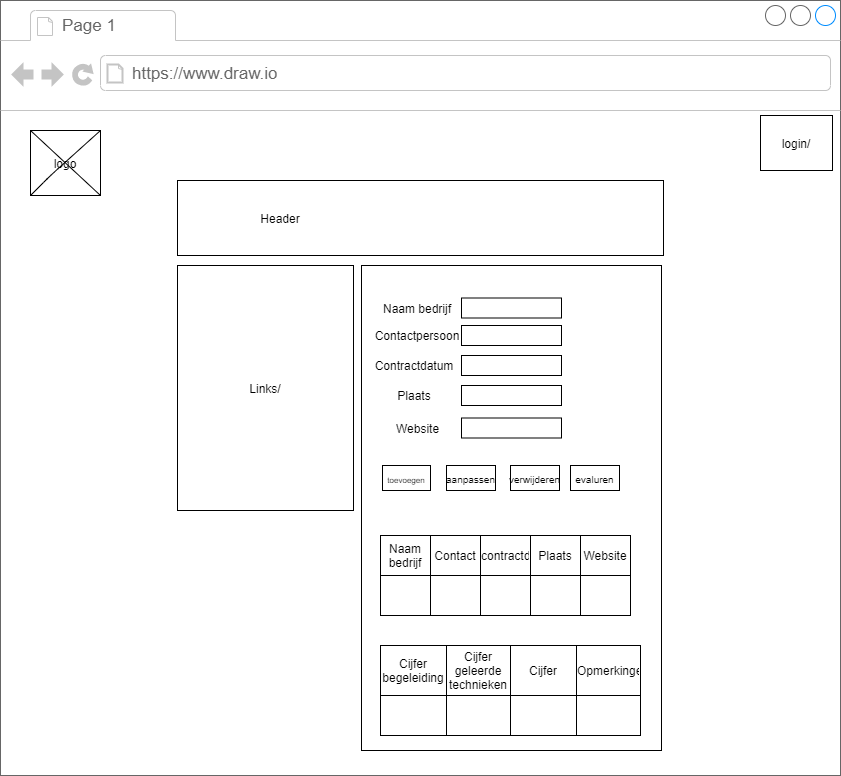
This is Documents/Images_IPP/studenten_homepagina.png from michligtenberg/beroeps-stagewebsite, a draw.io export, as it was before one commit. Source tidied: cells renumbered, new cells last; positions are measured from the earlier drawing's top-left corner, leaving out a move shared by most shapes. The source it was exported from:
```xml
<mxGraphModel>
  <root>
    <mxCell id="0" />
    <mxCell id="1" parent="0" />
    <mxCell id="2" style="strokeWidth=1;shadow=0;dashed=0;align=center;html=1;shape=mxgraph.mockup.containers.browserWindow;rSize=0;strokeColor=#666666;strokeColor2=#008cff;strokeColor3=#c4c4c4;mainText=,;" parent="1" vertex="1">
      <mxGeometry width="840" height="775" as="geometry" />
    </mxCell>
    <mxCell id="3" value="Page 1" style="strokeWidth=1;shadow=0;dashed=0;align=center;html=1;shape=mxgraph.mockup.containers.anchor;fontSize=17;fontColor=#666666;align=left;" parent="2" vertex="1">
      <mxGeometry x="60" y="12" width="110" height="26" as="geometry" />
    </mxCell>
    <mxCell id="4" value="https://www.draw.io" style="strokeWidth=1;shadow=0;dashed=0;align=center;html=1;shape=mxgraph.mockup.containers.anchor;rSize=0;fontSize=17;fontColor=#666666;align=left;" parent="2" vertex="1">
      <mxGeometry x="130" y="60" width="250" height="26" as="geometry" />
    </mxCell>
    <mxCell id="5" style="rounded=0;whiteSpace=wrap;html=1;" parent="2" vertex="1">
      <mxGeometry x="177" y="180" width="486" height="75" as="geometry" />
    </mxCell>
    <mxCell id="6" value="Links/" style="rounded=0;whiteSpace=wrap;html=1;" parent="2" vertex="1">
      <mxGeometry x="177" y="265" width="176" height="245" as="geometry" />
    </mxCell>
    <mxCell id="7" style="rounded=0;whiteSpace=wrap;html=1;" parent="2" vertex="1">
      <mxGeometry x="361" y="265" width="300" height="485" as="geometry" />
    </mxCell>
    <mxCell id="8" value="login/" style="rounded=0;whiteSpace=wrap;html=1;" parent="2" vertex="1">
      <mxGeometry x="760" y="115" width="72" height="55" as="geometry" />
    </mxCell>
    <mxCell id="9" value="logo" style="rounded=0;whiteSpace=wrap;html=1;" parent="2" vertex="1">
      <mxGeometry x="30" y="130" width="70" height="65" as="geometry" />
    </mxCell>
    <mxCell id="10" style="endArrow=none;html=1;exitX=0;exitY=1;exitDx=0;exitDy=0;entryX=1;entryY=0;entryDx=0;entryDy=0;" parent="2" edge="1" source="9" target="9">
      <mxGeometry relative="1" as="geometry">
        <Array as="points">
          <mxPoint x="50" y="175" />
        </Array>
      </mxGeometry>
    </mxCell>
    <mxCell id="11" style="endArrow=none;html=1;entryX=1;entryY=1;entryDx=0;entryDy=0;exitX=0;exitY=0;exitDx=0;exitDy=0;" parent="2" edge="1" source="9" target="9">
      <mxGeometry relative="1" as="geometry" />
    </mxCell>
    <mxCell id="12" value="Header" style="text;html=1;strokeColor=none;fillColor=none;align=center;verticalAlign=middle;whiteSpace=wrap;rounded=0;" parent="2" vertex="1">
      <mxGeometry x="260" y="208" width="40" height="20" as="geometry" />
    </mxCell>
    <mxCell id="13" style="rounded=0;whiteSpace=wrap;html=1;strokeColor=#000000;" parent="2" vertex="1">
      <mxGeometry x="461" y="297.5" width="100" height="20" as="geometry" />
    </mxCell>
    <mxCell id="14" value="Naam bedrijf" style="text;html=1;strokeColor=none;fillColor=none;align=center;verticalAlign=middle;whiteSpace=wrap;rounded=0;" parent="2" vertex="1">
      <mxGeometry x="380" y="297.5" width="74" height="20" as="geometry" />
    </mxCell>
    <mxCell id="15" style="rounded=0;whiteSpace=wrap;html=1;strokeColor=#000000;" parent="2" vertex="1">
      <mxGeometry x="461" y="325" width="100" height="20" as="geometry" />
    </mxCell>
    <mxCell id="16" style="rounded=0;whiteSpace=wrap;html=1;strokeColor=#000000;" parent="2" vertex="1">
      <mxGeometry x="461" y="355" width="100" height="20" as="geometry" />
    </mxCell>
    <mxCell id="17" style="rounded=0;whiteSpace=wrap;html=1;strokeColor=#000000;" parent="2" vertex="1">
      <mxGeometry x="461" y="385" width="100" height="20" as="geometry" />
    </mxCell>
    <mxCell id="18" value="Contactpersoon" style="text;html=1;strokeColor=none;fillColor=none;align=center;verticalAlign=middle;whiteSpace=wrap;rounded=0;" parent="2" vertex="1">
      <mxGeometry x="385" y="325" width="64" height="20" as="geometry" />
    </mxCell>
    <mxCell id="19" value="Contractdatum" style="text;html=1;strokeColor=none;fillColor=none;align=center;verticalAlign=middle;whiteSpace=wrap;rounded=0;" parent="2" vertex="1">
      <mxGeometry x="382" y="355" width="64" height="20" as="geometry" />
    </mxCell>
    <mxCell id="20" value="Plaats" style="text;html=1;strokeColor=none;fillColor=none;align=center;verticalAlign=middle;whiteSpace=wrap;rounded=0;" parent="2" vertex="1">
      <mxGeometry x="394" y="385" width="40" height="20" as="geometry" />
    </mxCell>
    <mxCell id="21" value="Website" style="text;html=1;strokeColor=none;fillColor=none;align=center;verticalAlign=middle;whiteSpace=wrap;rounded=0;" parent="2" vertex="1">
      <mxGeometry x="364.5" y="415" width="105" height="25" as="geometry" />
    </mxCell>
    <mxCell id="22" style="rounded=0;whiteSpace=wrap;html=1;strokeColor=#000000;" parent="2" vertex="1">
      <mxGeometry x="461" y="417.5" width="100" height="20" as="geometry" />
    </mxCell>
    <mxCell id="23" value="&lt;font style=&quot;font-size: 8px&quot;&gt;toevoegen&lt;/font&gt;" style="rounded=0;whiteSpace=wrap;html=1;strokeColor=#000000;" parent="2" vertex="1">
      <mxGeometry x="382" y="465" width="48" height="25" as="geometry" />
    </mxCell>
    <mxCell id="24" value="&lt;font size=&quot;1&quot;&gt;aanpassen&lt;/font&gt;" style="rounded=0;whiteSpace=wrap;html=1;strokeColor=#000000;" parent="2" vertex="1">
      <mxGeometry x="446" y="465" width="49" height="25" as="geometry" />
    </mxCell>
    <mxCell id="25" value="&lt;font size=&quot;1&quot;&gt;verwijderen&lt;/font&gt;" style="rounded=0;whiteSpace=wrap;html=1;strokeColor=#000000;" parent="2" vertex="1">
      <mxGeometry x="510" y="465" width="49" height="25" as="geometry" />
    </mxCell>
    <mxCell id="26" value="&lt;font size=&quot;1&quot;&gt;evaluren&lt;/font&gt;" style="rounded=0;whiteSpace=wrap;html=1;strokeColor=#000000;" parent="2" vertex="1">
      <mxGeometry x="570" y="465" width="49" height="25" as="geometry" />
    </mxCell>
    <mxCell id="27" style="shape=table;html=1;whiteSpace=wrap;startSize=0;" parent="2" vertex="1">
      <mxGeometry x="380" y="535" width="250" height="80" as="geometry" />
    </mxCell>
    <mxCell id="28" style="shape=partialRectangle;html=1;whiteSpace=wrap;fillColor=none;top=0;left=0;bottom=0;right=0;" parent="27" vertex="1">
      <mxGeometry width="250" height="40" as="geometry" />
    </mxCell>
    <mxCell id="29" value="Naam bedrijf" style="shape=partialRectangle;html=1;whiteSpace=wrap;overflow=hidden;fillColor=none;top=0;left=0;bottom=0;right=0;" parent="28" vertex="1">
      <mxGeometry width="50" height="40" as="geometry" />
    </mxCell>
    <mxCell id="30" value="Contact" style="shape=partialRectangle;html=1;whiteSpace=wrap;overflow=hidden;fillColor=none;top=0;left=0;bottom=0;right=0;" parent="28" vertex="1">
      <mxGeometry x="50" width="50" height="40" as="geometry" />
    </mxCell>
    <mxCell id="31" value="contractdatum" style="shape=partialRectangle;html=1;whiteSpace=wrap;overflow=hidden;fillColor=none;top=0;left=0;bottom=0;right=0;" parent="28" vertex="1">
      <mxGeometry x="100" width="50" height="40" as="geometry" />
    </mxCell>
    <mxCell id="32" value="Plaats" style="shape=partialRectangle;html=1;whiteSpace=wrap;overflow=hidden;fillColor=none;top=0;left=0;bottom=0;right=0;" parent="28" vertex="1">
      <mxGeometry x="150" width="50" height="40" as="geometry" />
    </mxCell>
    <mxCell id="33" value="Website" style="shape=partialRectangle;html=1;whiteSpace=wrap;overflow=hidden;fillColor=none;top=0;left=0;bottom=0;right=0;" parent="28" vertex="1">
      <mxGeometry x="200" width="50" height="40" as="geometry" />
    </mxCell>
    <mxCell id="34" style="shape=partialRectangle;html=1;whiteSpace=wrap;fillColor=none;top=0;left=0;bottom=0;right=0;" parent="27" vertex="1">
      <mxGeometry y="40" width="250" height="40" as="geometry" />
    </mxCell>
    <mxCell id="35" style="shape=partialRectangle;html=1;whiteSpace=wrap;overflow=hidden;fillColor=none;top=0;left=0;bottom=0;right=0;" parent="34" vertex="1">
      <mxGeometry width="50" height="40" as="geometry" />
    </mxCell>
    <mxCell id="36" style="shape=partialRectangle;html=1;whiteSpace=wrap;overflow=hidden;fillColor=none;top=0;left=0;bottom=0;right=0;" parent="34" vertex="1">
      <mxGeometry x="50" width="50" height="40" as="geometry" />
    </mxCell>
    <mxCell id="37" style="shape=partialRectangle;html=1;whiteSpace=wrap;overflow=hidden;fillColor=none;top=0;left=0;bottom=0;right=0;" parent="34" vertex="1">
      <mxGeometry x="100" width="50" height="40" as="geometry" />
    </mxCell>
    <mxCell id="38" style="shape=partialRectangle;html=1;whiteSpace=wrap;overflow=hidden;fillColor=none;top=0;left=0;bottom=0;right=0;" parent="34" vertex="1">
      <mxGeometry x="150" width="50" height="40" as="geometry" />
    </mxCell>
    <mxCell id="39" style="shape=partialRectangle;html=1;whiteSpace=wrap;overflow=hidden;fillColor=none;top=0;left=0;bottom=0;right=0;" parent="34" vertex="1">
      <mxGeometry x="200" width="50" height="40" as="geometry" />
    </mxCell>
    <mxCell id="40" style="shape=table;html=1;whiteSpace=wrap;startSize=0;" parent="2" vertex="1">
      <mxGeometry x="380" y="645" width="260" height="90" as="geometry" />
    </mxCell>
    <mxCell id="41" style="shape=partialRectangle;html=1;whiteSpace=wrap;fillColor=none;top=0;left=0;bottom=0;right=0;" parent="40" vertex="1">
      <mxGeometry width="260" height="50" as="geometry" />
    </mxCell>
    <mxCell id="42" value="Cijfer begeleiding" style="shape=partialRectangle;html=1;whiteSpace=wrap;overflow=hidden;fillColor=none;top=0;left=0;bottom=0;right=0;" parent="41" vertex="1">
      <mxGeometry width="66" height="50" as="geometry" />
    </mxCell>
    <mxCell id="43" value="Cijfer geleerde technieken" style="shape=partialRectangle;html=1;whiteSpace=wrap;overflow=hidden;fillColor=none;top=0;left=0;bottom=0;right=0;" parent="41" vertex="1">
      <mxGeometry x="66" width="64" height="50" as="geometry" />
    </mxCell>
    <mxCell id="44" value="Cijfer" style="shape=partialRectangle;html=1;whiteSpace=wrap;overflow=hidden;fillColor=none;top=0;left=0;bottom=0;right=0;" parent="41" vertex="1">
      <mxGeometry x="130" width="66" height="50" as="geometry" />
    </mxCell>
    <mxCell id="45" value="Opmerkingen" style="shape=partialRectangle;html=1;whiteSpace=wrap;overflow=hidden;fillColor=none;top=0;left=0;bottom=0;right=0;" parent="41" vertex="1">
      <mxGeometry x="196" width="64" height="50" as="geometry" />
    </mxCell>
    <mxCell id="46" style="shape=partialRectangle;html=1;whiteSpace=wrap;fillColor=none;top=0;left=0;bottom=0;right=0;" parent="40" vertex="1">
      <mxGeometry y="50" width="260" height="40" as="geometry" />
    </mxCell>
    <mxCell id="47" style="shape=partialRectangle;html=1;whiteSpace=wrap;overflow=hidden;fillColor=none;top=0;left=0;bottom=0;right=0;" parent="46" vertex="1">
      <mxGeometry width="66" height="40" as="geometry" />
    </mxCell>
    <mxCell id="48" style="shape=partialRectangle;html=1;whiteSpace=wrap;overflow=hidden;fillColor=none;top=0;left=0;bottom=0;right=0;" parent="46" vertex="1">
      <mxGeometry x="66" width="64" height="40" as="geometry" />
    </mxCell>
    <mxCell id="49" style="shape=partialRectangle;html=1;whiteSpace=wrap;overflow=hidden;fillColor=none;top=0;left=0;bottom=0;right=0;" parent="46" vertex="1">
      <mxGeometry x="130" width="66" height="40" as="geometry" />
    </mxCell>
    <mxCell id="50" style="shape=partialRectangle;html=1;whiteSpace=wrap;overflow=hidden;fillColor=none;top=0;left=0;bottom=0;right=0;" parent="46" vertex="1">
      <mxGeometry x="196" width="64" height="40" as="geometry" />
    </mxCell>
  </root>
</mxGraphModel>
```
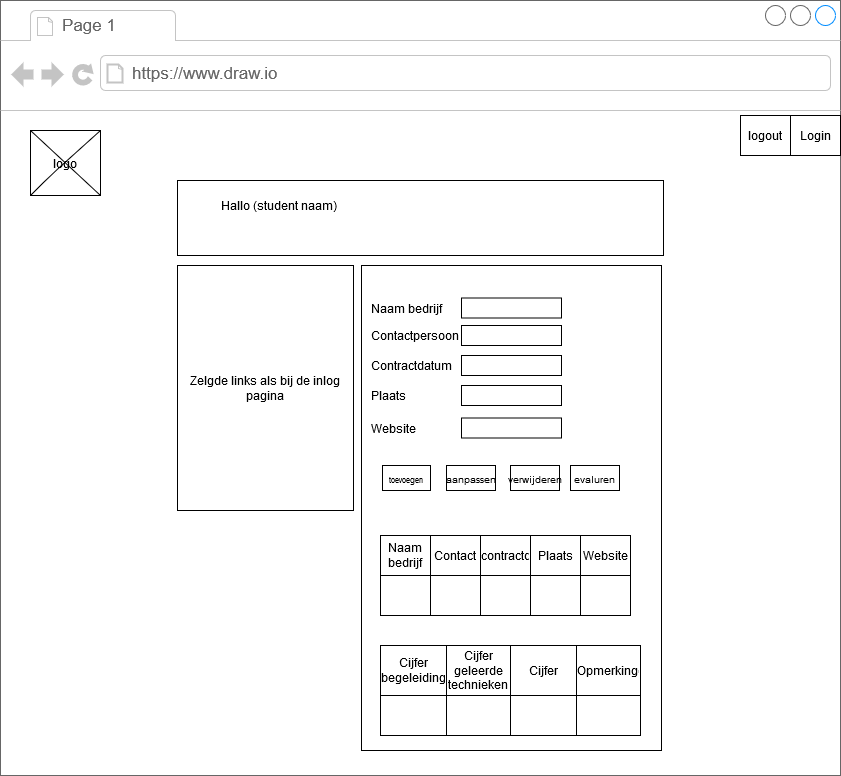
Above is the later version.

What changed in the source:
```diff
@@ -14,15 +14,12 @@
     <mxCell id="5" style="rounded=0;whiteSpace=wrap;html=1;" parent="2" vertex="1">
       <mxGeometry x="177" y="180" width="486" height="75" as="geometry" />
     </mxCell>
-    <mxCell id="6" value="Links/" style="rounded=0;whiteSpace=wrap;html=1;" parent="2" vertex="1">
+    <mxCell id="6" value="Zelgde links als bij de inlog pagina" style="rounded=0;whiteSpace=wrap;html=1;" parent="2" vertex="1">
       <mxGeometry x="177" y="265" width="176" height="245" as="geometry" />
     </mxCell>
     <mxCell id="7" style="rounded=0;whiteSpace=wrap;html=1;" parent="2" vertex="1">
       <mxGeometry x="361" y="265" width="300" height="485" as="geometry" />
     </mxCell>
-    <mxCell id="8" value="login/" style="rounded=0;whiteSpace=wrap;html=1;" parent="2" vertex="1">
-      <mxGeometry x="760" y="115" width="72" height="55" as="geometry" />
-    </mxCell>
     <mxCell id="9" value="logo" style="rounded=0;whiteSpace=wrap;html=1;" parent="2" vertex="1">
       <mxGeometry x="30" y="130" width="70" height="65" as="geometry" />
     </mxCell>
@@ -36,14 +33,14 @@
     <mxCell id="11" style="endArrow=none;html=1;entryX=1;entryY=1;entryDx=0;entryDy=0;exitX=0;exitY=0;exitDx=0;exitDy=0;" parent="2" edge="1" source="9" target="9">
       <mxGeometry relative="1" as="geometry" />
     </mxCell>
-    <mxCell id="12" value="Header" style="text;html=1;strokeColor=none;fillColor=none;align=center;verticalAlign=middle;whiteSpace=wrap;rounded=0;" parent="2" vertex="1">
-      <mxGeometry x="260" y="208" width="40" height="20" as="geometry" />
+    <mxCell id="12" value="Hallo (student naam) " style="text;html=1;strokeColor=none;fillColor=none;align=center;verticalAlign=middle;whiteSpace=wrap;rounded=0;" parent="2" vertex="1">
+      <mxGeometry x="177" y="195" width="203" height="20" as="geometry" />
     </mxCell>
     <mxCell id="13" style="rounded=0;whiteSpace=wrap;html=1;strokeColor=#000000;" parent="2" vertex="1">
       <mxGeometry x="461" y="297.5" width="100" height="20" as="geometry" />
     </mxCell>
-    <mxCell id="14" value="Naam bedrijf" style="text;html=1;strokeColor=none;fillColor=none;align=center;verticalAlign=middle;whiteSpace=wrap;rounded=0;" parent="2" vertex="1">
-      <mxGeometry x="380" y="297.5" width="74" height="20" as="geometry" />
+    <mxCell id="14" value="Naam bedrijf" style="text;html=1;strokeColor=none;fillColor=none;align=left;verticalAlign=middle;whiteSpace=wrap;rounded=0;" parent="2" vertex="1">
+      <mxGeometry x="369" y="297.5" width="74" height="20" as="geometry" />
     </mxCell>
     <mxCell id="15" style="rounded=0;whiteSpace=wrap;html=1;strokeColor=#000000;" parent="2" vertex="1">
       <mxGeometry x="461" y="325" width="100" height="20" as="geometry" />
@@ -54,17 +51,17 @@
     <mxCell id="17" style="rounded=0;whiteSpace=wrap;html=1;strokeColor=#000000;" parent="2" vertex="1">
       <mxGeometry x="461" y="385" width="100" height="20" as="geometry" />
     </mxCell>
-    <mxCell id="18" value="Contactpersoon" style="text;html=1;strokeColor=none;fillColor=none;align=center;verticalAlign=middle;whiteSpace=wrap;rounded=0;" parent="2" vertex="1">
-      <mxGeometry x="385" y="325" width="64" height="20" as="geometry" />
+    <mxCell id="18" value="Contactpersoon" style="text;html=1;strokeColor=none;fillColor=none;align=left;verticalAlign=middle;whiteSpace=wrap;rounded=0;" parent="2" vertex="1">
+      <mxGeometry x="369" y="325" width="64" height="20" as="geometry" />
     </mxCell>
-    <mxCell id="19" value="Contractdatum" style="text;html=1;strokeColor=none;fillColor=none;align=center;verticalAlign=middle;whiteSpace=wrap;rounded=0;" parent="2" vertex="1">
-      <mxGeometry x="382" y="355" width="64" height="20" as="geometry" />
+    <mxCell id="19" value="Contractdatum" style="text;html=1;strokeColor=none;fillColor=none;align=left;verticalAlign=middle;whiteSpace=wrap;rounded=0;" parent="2" vertex="1">
+      <mxGeometry x="369" y="355" width="64" height="20" as="geometry" />
     </mxCell>
-    <mxCell id="20" value="Plaats" style="text;html=1;strokeColor=none;fillColor=none;align=center;verticalAlign=middle;whiteSpace=wrap;rounded=0;" parent="2" vertex="1">
-      <mxGeometry x="394" y="385" width="40" height="20" as="geometry" />
+    <mxCell id="20" value="Plaats" style="text;html=1;strokeColor=none;fillColor=none;align=left;verticalAlign=middle;whiteSpace=wrap;rounded=0;" parent="2" vertex="1">
+      <mxGeometry x="369" y="385" width="40" height="20" as="geometry" />
     </mxCell>
-    <mxCell id="21" value="Website" style="text;html=1;strokeColor=none;fillColor=none;align=center;verticalAlign=middle;whiteSpace=wrap;rounded=0;" parent="2" vertex="1">
-      <mxGeometry x="364.5" y="415" width="105" height="25" as="geometry" />
+    <mxCell id="21" value="Website" style="text;html=1;strokeColor=none;fillColor=none;align=left;verticalAlign=middle;whiteSpace=wrap;rounded=0;" parent="2" vertex="1">
+      <mxGeometry x="369" y="415" width="105" height="25" as="geometry" />
     </mxCell>
     <mxCell id="22" style="rounded=0;whiteSpace=wrap;html=1;strokeColor=#000000;" parent="2" vertex="1">
       <mxGeometry x="461" y="417.5" width="100" height="20" as="geometry" />
@@ -153,5 +150,11 @@
     <mxCell id="50" style="shape=partialRectangle;html=1;whiteSpace=wrap;overflow=hidden;fillColor=none;top=0;left=0;bottom=0;right=0;" parent="46" vertex="1">
       <mxGeometry x="196" width="64" height="40" as="geometry" />
     </mxCell>
+    <mxCell id="51" value="Login" style="rounded=0;whiteSpace=wrap;html=1;" parent="2" vertex="1">
+      <mxGeometry x="790" y="115" width="50" height="40" as="geometry" />
+    </mxCell>
+    <mxCell id="52" value="logout" style="rounded=0;whiteSpace=wrap;html=1;" parent="2" vertex="1">
+      <mxGeometry x="740" y="115" width="50" height="40" as="geometry" />
+    </mxCell>
   </root>
 </mxGraphModel>
```
